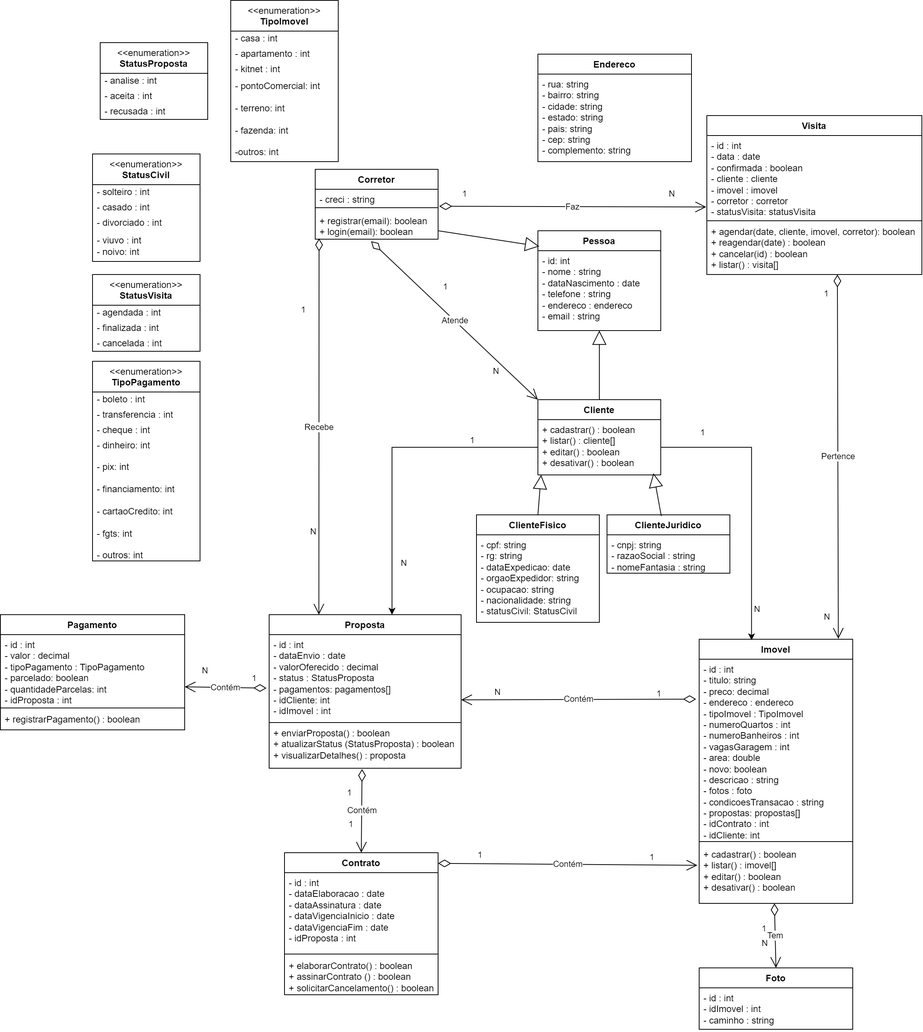
israel-bsi/realtyhub keeps this draw.io diagram as diagrams/classe/classe.drawio.png. Above is the earlier version. Source tidied: cells renumbered, new cells last; positions are measured from the earlier drawing's top-left corner, leaving out a move shared by most shapes.
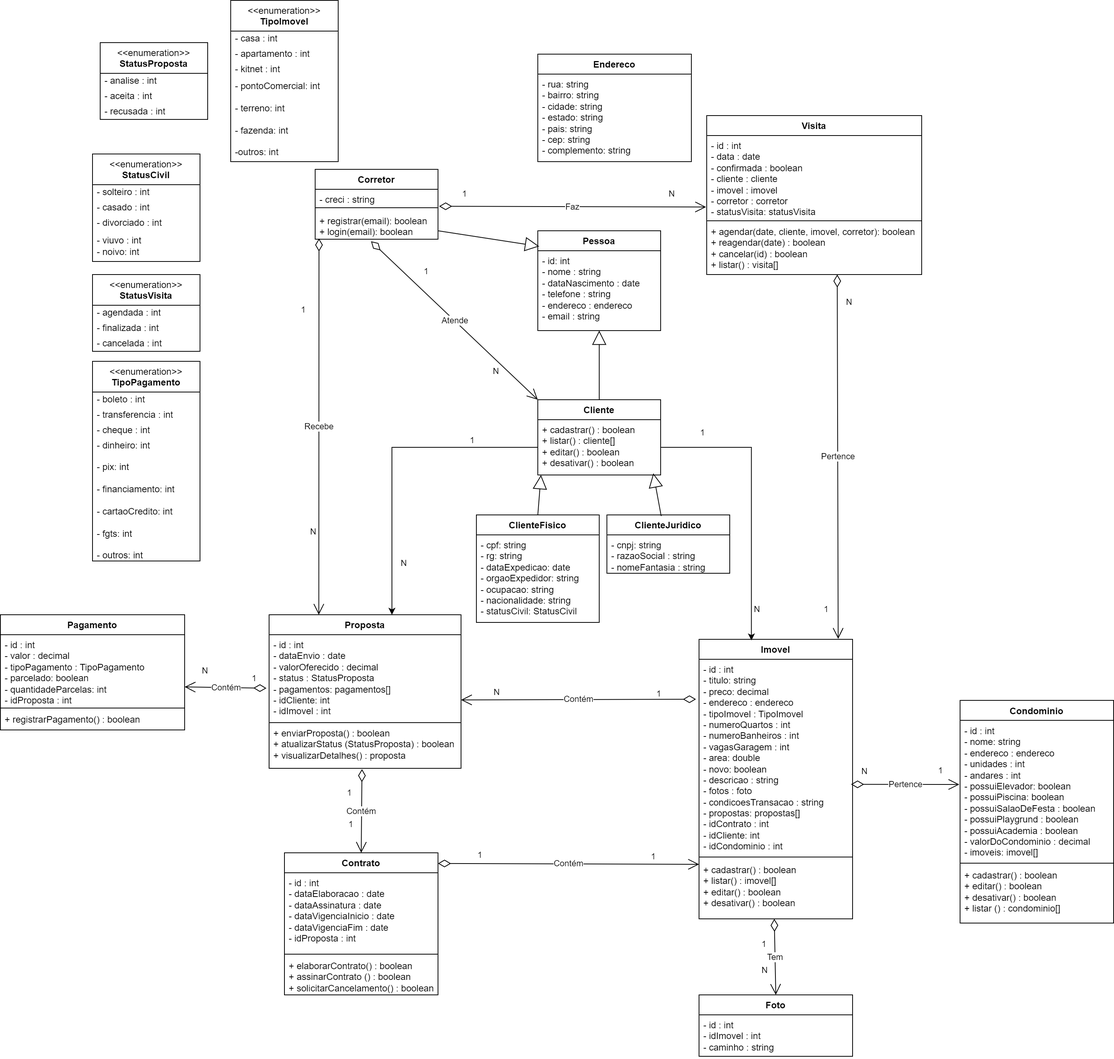
After the change.

Commit message:
Feat[Diagrams] - Adicionado classe de condominios no diagrama de classes

Diff of the diagram source:
```diff
@@ -17,12 +17,12 @@
     <mxCell id="6" value="Imovel" style="swimlane;fontStyle=1;align=center;verticalAlign=top;horizontal=1;startSize=26;whiteSpace=wrap;html=1;" parent="1" vertex="1">
-      <mxGeometry x="910" y="832" width="200" height="344" as="geometry" />
+      <mxGeometry x="910" y="832" width="200" height="364" as="geometry" />
     </mxCell>
-    <mxCell id="7" value="&lt;div&gt;- id : int&lt;/div&gt;&lt;div&gt;- titulo: string&lt;/div&gt;- preco: decimal&lt;div&gt;- endereco : endereco&lt;/div&gt;&lt;div&gt;- tipoImovel : TipoImovel&lt;/div&gt;&lt;div&gt;- numeroQuartos : int&lt;/div&gt;&lt;div&gt;- numeroBanheiros : int&lt;/div&gt;&lt;div&gt;- vagasGaragem : int&lt;/div&gt;&lt;div&gt;- area: double&lt;/div&gt;&lt;div&gt;- novo: boolean&lt;/div&gt;&lt;div&gt;- descricao : string&lt;/div&gt;&lt;div&gt;- fotos : foto&lt;/div&gt;&lt;div&gt;- condicoesTransacao : string&lt;/div&gt;&lt;div&gt;- propostas: propostas[]&lt;/div&gt;&lt;div&gt;- idContrato : int&lt;/div&gt;&lt;div&gt;- idCliente: int&lt;/div&gt;" style="text;strokeColor=none;fillColor=none;align=left;verticalAlign=top;spacingLeft=4;spacingRight=4;overflow=hidden;whiteSpace=wrap;html=1;" parent="6" vertex="1">
-      <mxGeometry y="26" width="200" height="234" as="geometry" />
-    </mxCell>
-    <mxCell id="8" style="line;strokeWidth=1;fillColor=none;align=left;verticalAlign=middle;spacingTop=-1;spacingLeft=3;spacingRight=3;labelPosition=right;strokeColor=inherit;" parent="6" vertex="1">
-      <mxGeometry y="260" width="200" height="7" as="geometry" />
-    </mxCell>
+    <mxCell id="98" value="&lt;div&gt;- id : int&lt;/div&gt;&lt;div&gt;- titulo: string&lt;/div&gt;- preco: decimal&lt;div&gt;- endereco : endereco&lt;/div&gt;&lt;div&gt;- tipoImovel : TipoImovel&lt;/div&gt;&lt;div&gt;- numeroQuartos : int&lt;/div&gt;&lt;div&gt;- numeroBanheiros : int&lt;/div&gt;&lt;div&gt;- vagasGaragem : int&lt;/div&gt;&lt;div&gt;- area: double&lt;/div&gt;&lt;div&gt;- novo: boolean&lt;/div&gt;&lt;div&gt;- descricao : string&lt;/div&gt;&lt;div&gt;- fotos : foto&lt;/div&gt;&lt;div&gt;- condicoesTransacao : string&lt;/div&gt;&lt;div&gt;- propostas: propostas[]&lt;/div&gt;&lt;div&gt;- idContrato : int&lt;/div&gt;&lt;div&gt;- idCliente: int&lt;/div&gt;&lt;div&gt;- idCondominio : int&lt;/div&gt;" style="text;strokeColor=none;fillColor=none;align=left;verticalAlign=top;spacingLeft=4;spacingRight=4;overflow=hidden;points=[[0,0.5],[1,0.5]];portConstraint=eastwest;whiteSpace=wrap;html=1;" parent="6" vertex="1">
+      <mxGeometry y="26" width="200" height="254" as="geometry" />
+    </mxCell>
+    <mxCell id="99" style="line;strokeWidth=1;fillColor=none;align=left;verticalAlign=middle;spacingTop=-1;spacingLeft=3;spacingRight=3;labelPosition=right;strokeColor=inherit;" parent="6" vertex="1">
+      <mxGeometry y="280" width="200" height="7" as="geometry" />
+    </mxCell>
     <mxCell id="9" value="+ cadastrar() : boolean&lt;div&gt;+ listar() : imovel[]&lt;/div&gt;&lt;div&gt;+ editar() : boolean&lt;/div&gt;&lt;div&gt;+ desativar() : boolean&lt;/div&gt;" style="text;strokeColor=none;fillColor=none;align=left;verticalAlign=top;spacingLeft=4;spacingRight=4;overflow=hidden;points=[[0,0.5],[1,0.5]];portConstraint=eastwest;whiteSpace=wrap;html=1;" parent="6" vertex="1">
-      <mxGeometry y="267" width="200" height="77" as="geometry" />
+      <mxGeometry y="287" width="200" height="77" as="geometry" />
     </mxCell>
@@ -88,7 +88,7 @@
     </mxCell>
-    <mxCell id="30" value="&lt;div&gt;&lt;br&gt;&lt;/div&gt;&lt;div&gt;&lt;br&gt;&lt;/div&gt;" style="endArrow=block;endSize=16;endFill=0;html=1;rounded=0;entryX=0.011;entryY=0.156;entryDx=0;entryDy=0;entryPerimeter=0;" parent="1" edge="1" target="27">
-      <mxGeometry relative="1" as="geometry">
-        <mxPoint x="570" y="300" as="sourcePoint" />
-      </mxGeometry>
-    </mxCell>
+    <mxCell id="100" value="&lt;div&gt;&lt;br&gt;&lt;/div&gt;&lt;div&gt;&lt;br&gt;&lt;/div&gt;" style="endArrow=block;endSize=16;endFill=0;html=1;rounded=0;entryX=0.011;entryY=0.156;entryDx=0;entryDy=0;entryPerimeter=0;" parent="1" edge="1" target="27">
+      <mxGeometry relative="1" as="geometry">
+        <mxPoint x="570" y="300" as="sourcePoint" />
+      </mxGeometry>
+    </mxCell>
     <mxCell id="31" value="Faz" style="endArrow=open;html=1;endSize=12;startArrow=diamondThin;startSize=14;startFill=0;rounded=0;exitX=1.009;exitY=1.104;exitDx=0;exitDy=0;exitPerimeter=0;entryX=-0.003;entryY=0.846;entryDx=0;entryDy=0;entryPerimeter=0;" parent="1" edge="1" source="3" target="16">
@@ -96,12 +96,12 @@
     </mxCell>
-    <mxCell id="32" value="1" style="edgeLabel;html=1;align=left;verticalAlign=top;" parent="31" vertex="1">
-      <mxGeometry x="-1" relative="1" as="geometry">
-        <mxPoint x="29" y="-29" as="offset" />
-      </mxGeometry>
-    </mxCell>
-    <mxCell id="33" value="N" style="edgeLabel;html=1;align=right;verticalAlign=top;" parent="31" vertex="1">
-      <mxGeometry x="1" relative="1" as="geometry">
-        <mxPoint x="-40" y="-30" as="offset" />
-      </mxGeometry>
-    </mxCell>
+    <mxCell id="101" value="1" style="edgeLabel;html=1;align=left;verticalAlign=top;" parent="31" vertex="1">
+      <mxGeometry x="-1" relative="1" as="geometry">
+        <mxPoint x="29" y="-29" as="offset" />
+      </mxGeometry>
+    </mxCell>
+    <mxCell id="102" value="N" style="edgeLabel;html=1;align=right;verticalAlign=top;" parent="31" vertex="1">
+      <mxGeometry x="1" relative="1" as="geometry">
+        <mxPoint x="-40" y="-30" as="offset" />
+      </mxGeometry>
+    </mxCell>
     <mxCell id="34" value="Pertence" style="endArrow=open;html=1;endSize=12;startArrow=diamondThin;startSize=14;startFill=0;rounded=0;exitX=0.317;exitY=1.009;exitDx=0;exitDy=0;exitPerimeter=0;entryX=0.5;entryY=0;entryDx=0;entryDy=0;" parent="1" edge="1">
@@ -112,12 +112,12 @@
     </mxCell>
-    <mxCell id="35" value="1" style="edgeLabel;html=1;align=left;verticalAlign=top;" parent="34" vertex="1">
-      <mxGeometry x="-1" relative="1" as="geometry">
-        <mxPoint x="-19" y="12" as="offset" />
-      </mxGeometry>
-    </mxCell>
-    <mxCell id="36" value="N" style="edgeLabel;html=1;align=right;verticalAlign=top;" parent="34" vertex="1">
-      <mxGeometry x="1" relative="1" as="geometry">
-        <mxPoint x="-10" y="-41" as="offset" />
-      </mxGeometry>
-    </mxCell>
+    <mxCell id="103" value="1" style="edgeLabel;html=1;align=left;verticalAlign=top;" parent="34" vertex="1">
+      <mxGeometry x="-1" relative="1" as="geometry">
+        <mxPoint x="-19" y="423" as="offset" />
+      </mxGeometry>
+    </mxCell>
+    <mxCell id="104" value="N" style="edgeLabel;html=1;align=right;verticalAlign=top;" parent="34" vertex="1">
+      <mxGeometry x="1" relative="1" as="geometry">
+        <mxPoint x="19" y="-451" as="offset" />
+      </mxGeometry>
+    </mxCell>
     <mxCell id="37" value="Atende" style="endArrow=open;html=1;endSize=12;startArrow=diamondThin;startSize=14;startFill=0;rounded=0;exitX=0.455;exitY=1.074;exitDx=0;exitDy=0;exitPerimeter=0;entryX=0;entryY=0;entryDx=0;entryDy=0;" parent="1" edge="1" source="5" target="23">
@@ -125,12 +125,12 @@
     </mxCell>
-    <mxCell id="38" value="1" style="edgeLabel;html=1;align=left;verticalAlign=top;" parent="37" vertex="1">
-      <mxGeometry x="-1" relative="1" as="geometry">
-        <mxPoint x="-93" y="76" as="offset" />
-      </mxGeometry>
-    </mxCell>
-    <mxCell id="39" value="N" style="edgeLabel;html=1;align=right;verticalAlign=top;" parent="37" vertex="1">
-      <mxGeometry x="1" relative="1" as="geometry">
-        <mxPoint x="-50" y="-50" as="offset" />
-      </mxGeometry>
-    </mxCell>
+    <mxCell id="105" value="1" style="edgeLabel;html=1;align=left;verticalAlign=top;" parent="37" vertex="1">
+      <mxGeometry x="-1" relative="1" as="geometry">
+        <mxPoint x="-93" y="76" as="offset" />
+      </mxGeometry>
+    </mxCell>
+    <mxCell id="106" value="N" style="edgeLabel;html=1;align=right;verticalAlign=top;" parent="37" vertex="1">
+      <mxGeometry x="1" relative="1" as="geometry">
+        <mxPoint x="-50" y="-50" as="offset" />
+      </mxGeometry>
+    </mxCell>
     <mxCell id="40" value="Proposta" style="swimlane;fontStyle=1;align=center;verticalAlign=top;horizontal=1;startSize=26;whiteSpace=wrap;html=1;" parent="1" vertex="1">
@@ -203,12 +203,12 @@
     </mxCell>
-    <mxCell id="62" value="1" style="edgeLabel;html=1;align=left;verticalAlign=top;" parent="61" vertex="1">
-      <mxGeometry x="-1" relative="1" as="geometry">
-        <mxPoint x="-53" y="-20" as="offset" />
-      </mxGeometry>
-    </mxCell>
-    <mxCell id="63" value="N" style="edgeLabel;html=1;align=right;verticalAlign=top;" parent="61" vertex="1">
-      <mxGeometry x="1" relative="1" as="geometry">
-        <mxPoint x="51" y="-23" as="offset" />
-      </mxGeometry>
-    </mxCell>
+    <mxCell id="107" value="1" style="edgeLabel;html=1;align=left;verticalAlign=top;" parent="61" vertex="1">
+      <mxGeometry x="-1" relative="1" as="geometry">
+        <mxPoint x="-53" y="-20" as="offset" />
+      </mxGeometry>
+    </mxCell>
+    <mxCell id="108" value="N" style="edgeLabel;html=1;align=right;verticalAlign=top;" parent="61" vertex="1">
+      <mxGeometry x="1" relative="1" as="geometry">
+        <mxPoint x="51" y="-23" as="offset" />
+      </mxGeometry>
+    </mxCell>
     <mxCell id="64" value="Recebe" style="endArrow=open;html=1;endSize=12;startArrow=diamondThin;startSize=14;startFill=0;rounded=0;entryX=0.259;entryY=0;entryDx=0;entryDy=0;entryPerimeter=0;" parent="1" edge="1" target="40">
@@ -218,12 +218,12 @@
     </mxCell>
-    <mxCell id="65" value="1" style="edgeLabel;html=1;align=left;verticalAlign=top;" parent="64" vertex="1">
-      <mxGeometry x="-1" relative="1" as="geometry">
-        <mxPoint x="160" y="50" as="offset" />
-      </mxGeometry>
-    </mxCell>
-    <mxCell id="66" value="N" style="edgeLabel;html=1;align=right;verticalAlign=top;" parent="64" vertex="1">
-      <mxGeometry x="1" relative="1" as="geometry">
-        <mxPoint x="-3" y="-121" as="offset" />
-      </mxGeometry>
-    </mxCell>
+    <mxCell id="109" value="1" style="edgeLabel;html=1;align=left;verticalAlign=top;" parent="64" vertex="1">
+      <mxGeometry x="-1" relative="1" as="geometry">
+        <mxPoint x="135" y="30" as="offset" />
+      </mxGeometry>
+    </mxCell>
+    <mxCell id="110" value="N" style="edgeLabel;html=1;align=right;verticalAlign=top;" parent="64" vertex="1">
+      <mxGeometry x="1" relative="1" as="geometry">
+        <mxPoint x="-3" y="-121" as="offset" />
+      </mxGeometry>
+    </mxCell>
     <mxCell id="67" value="Tem" style="endArrow=open;html=1;endSize=12;startArrow=diamondThin;startSize=14;startFill=0;rounded=0;exitX=0.49;exitY=1;exitDx=0;exitDy=0;exitPerimeter=0;entryX=0.5;entryY=0;entryDx=0;entryDy=0;" parent="1" edge="1" source="9" target="70">
@@ -231,14 +231,14 @@
     </mxCell>
-    <mxCell id="68" value="1" style="edgeLabel;html=1;align=left;verticalAlign=top;" parent="67" vertex="1">
-      <mxGeometry x="-1" relative="1" as="geometry">
-        <mxPoint x="-18" y="20" as="offset" />
-      </mxGeometry>
-    </mxCell>
-    <mxCell id="69" value="N" style="edgeLabel;html=1;align=right;verticalAlign=top;" parent="67" vertex="1">
-      <mxGeometry x="1" relative="1" as="geometry">
-        <mxPoint x="-10" y="-45" as="offset" />
-      </mxGeometry>
-    </mxCell>
+    <mxCell id="111" value="1" style="edgeLabel;html=1;align=left;verticalAlign=top;" parent="67" vertex="1">
+      <mxGeometry x="-1" relative="1" as="geometry">
+        <mxPoint x="-18" y="20" as="offset" />
+      </mxGeometry>
+    </mxCell>
+    <mxCell id="112" value="N" style="edgeLabel;html=1;align=right;verticalAlign=top;" parent="67" vertex="1">
+      <mxGeometry x="1" relative="1" as="geometry">
+        <mxPoint x="-10" y="-45" as="offset" />
+      </mxGeometry>
+    </mxCell>
     <mxCell id="70" value="Foto" style="swimlane;fontStyle=1;align=center;verticalAlign=top;horizontal=1;startSize=26;whiteSpace=wrap;html=1;" parent="1" vertex="1">
-      <mxGeometry x="910" y="1260" width="200" height="80" as="geometry" />
+      <mxGeometry x="910" y="1295" width="200" height="80" as="geometry" />
     </mxCell>
@@ -256,25 +256,25 @@
     </mxCell>
-    <mxCell id="75" value="1" style="edgeLabel;html=1;align=left;verticalAlign=top;" parent="74" vertex="1">
-      <mxGeometry x="-1" relative="1" as="geometry">
-        <mxPoint x="-21" y="18" as="offset" />
-      </mxGeometry>
-    </mxCell>
-    <mxCell id="76" value="1" style="edgeLabel;html=1;align=right;verticalAlign=top;" parent="74" vertex="1">
-      <mxGeometry x="1" relative="1" as="geometry">
-        <mxPoint x="-10" y="-50" as="offset" />
-      </mxGeometry>
-    </mxCell>
+    <mxCell id="113" value="1" style="edgeLabel;html=1;align=left;verticalAlign=top;" parent="74" vertex="1">
+      <mxGeometry x="-1" relative="1" as="geometry">
+        <mxPoint x="-21" y="18" as="offset" />
+      </mxGeometry>
+    </mxCell>
+    <mxCell id="114" value="1" style="edgeLabel;html=1;align=right;verticalAlign=top;" parent="74" vertex="1">
+      <mxGeometry x="1" relative="1" as="geometry">
+        <mxPoint x="-10" y="-50" as="offset" />
+      </mxGeometry>
+    </mxCell>
-    <mxCell id="77" value="Contém" style="endArrow=open;html=1;endSize=12;startArrow=diamondThin;startSize=14;startFill=0;rounded=0;exitX=1;exitY=0.075;exitDx=0;exitDy=0;exitPerimeter=0;entryX=-0.012;entryY=0.356;entryDx=0;entryDy=0;entryPerimeter=0;" parent="1" edge="1" source="48" target="9">
+    <mxCell id="77" value="Contém" style="endArrow=open;html=1;endSize=12;startArrow=diamondThin;startSize=14;startFill=0;rounded=0;exitX=1;exitY=0.075;exitDx=0;exitDy=0;exitPerimeter=0;entryX=0;entryY=0.078;entryDx=0;entryDy=0;entryPerimeter=0;" parent="1" edge="1" source="48" target="9">
       <mxGeometry relative="1" as="geometry" />
     </mxCell>
-    <mxCell id="78" value="1" style="edgeLabel;html=1;align=left;verticalAlign=top;" parent="77" vertex="1">
-      <mxGeometry x="-1" relative="1" as="geometry">
-        <mxPoint x="50" y="-24" as="offset" />
-      </mxGeometry>
-    </mxCell>
-    <mxCell id="79" value="1" style="edgeLabel;html=1;align=right;verticalAlign=top;" parent="77" vertex="1">
-      <mxGeometry x="1" relative="1" as="geometry">
-        <mxPoint x="-56" y="-23" as="offset" />
-      </mxGeometry>
-    </mxCell>
+    <mxCell id="115" value="1" style="edgeLabel;html=1;align=left;verticalAlign=top;" parent="77" vertex="1">
+      <mxGeometry x="-1" relative="1" as="geometry">
+        <mxPoint x="50" y="-24" as="offset" />
+      </mxGeometry>
+    </mxCell>
+    <mxCell id="116" value="1" style="edgeLabel;html=1;align=right;verticalAlign=top;" parent="77" vertex="1">
+      <mxGeometry x="1" relative="1" as="geometry">
+        <mxPoint x="-56" y="-23" as="offset" />
+      </mxGeometry>
+    </mxCell>
     <mxCell id="80" value="Contém" style="endArrow=open;html=1;endSize=12;startArrow=diamondThin;startSize=14;startFill=0;rounded=0;exitX=-0.014;exitY=0.611;exitDx=0;exitDy=0;entryX=1;entryY=0.723;entryDx=0;entryDy=0;entryPerimeter=0;exitPerimeter=0;" parent="1" edge="1" source="41" target="53">
@@ -282,12 +282,12 @@
     </mxCell>
-    <mxCell id="81" value="1" style="edgeLabel;html=1;align=left;verticalAlign=top;" parent="80" vertex="1">
-      <mxGeometry x="-1" relative="1" as="geometry">
-        <mxPoint x="-21" y="-26" as="offset" />
-      </mxGeometry>
-    </mxCell>
-    <mxCell id="82" value="N" style="edgeLabel;html=1;align=right;verticalAlign=top;" parent="80" vertex="1">
-      <mxGeometry x="1" relative="1" as="geometry">
-        <mxPoint x="31" y="-34" as="offset" />
-      </mxGeometry>
-    </mxCell>
+    <mxCell id="117" value="1" style="edgeLabel;html=1;align=left;verticalAlign=top;" parent="80" vertex="1">
+      <mxGeometry x="-1" relative="1" as="geometry">
+        <mxPoint x="-21" y="-26" as="offset" />
+      </mxGeometry>
+    </mxCell>
+    <mxCell id="118" value="N" style="edgeLabel;html=1;align=right;verticalAlign=top;" parent="80" vertex="1">
+      <mxGeometry x="1" relative="1" as="geometry">
+        <mxPoint x="31" y="-34" as="offset" />
+      </mxGeometry>
+    </mxCell>
     <mxCell id="83" value="&amp;lt;&amp;lt;enumeration&amp;gt;&amp;gt;&lt;br&gt;&lt;b&gt;StatusCivil&lt;/b&gt;" style="swimlane;fontStyle=0;align=center;verticalAlign=top;horizontal=1;startSize=40;html=1;whiteSpace=wrap;" parent="1" vertex="1">
@@ -337,2 +337,27 @@
     </mxCell>
+    <mxCell id="119" value="Pertence" style="endArrow=open;html=1;endSize=12;startArrow=diamondThin;startSize=14;startFill=0;rounded=0;exitX=0.99;exitY=0.641;exitDx=0;exitDy=0;exitPerimeter=0;entryX=-0.005;entryY=0.454;entryDx=0;entryDy=0;entryPerimeter=0;" parent="1" edge="1" source="98" target="123">
+      <mxGeometry relative="1" as="geometry" />
+    </mxCell>
+    <mxCell id="120" value="1" style="edgeLabel;html=1;align=left;verticalAlign=top;" parent="119" vertex="1">
+      <mxGeometry x="-1" relative="1" as="geometry">
+        <mxPoint x="112" y="-31" as="offset" />
+      </mxGeometry>
+    </mxCell>
+    <mxCell id="121" value="N" style="edgeLabel;html=1;align=right;verticalAlign=top;" parent="119" vertex="1">
+      <mxGeometry x="1" relative="1" as="geometry">
+        <mxPoint x="-119" y="-30" as="offset" />
+      </mxGeometry>
+    </mxCell>
+    <mxCell id="122" value="Condominio" style="swimlane;fontStyle=1;align=center;verticalAlign=top;horizontal=1;startSize=26;whiteSpace=wrap;html=1;" parent="1" vertex="1">
+      <mxGeometry x="1250" y="911.5" width="200" height="290" as="geometry" />
+    </mxCell>
+    <mxCell id="123" value="- id : int&lt;div&gt;- nome: string&lt;/div&gt;&lt;div&gt;- endereco : endereco&lt;br&gt;&lt;/div&gt;&lt;div&gt;- unidades : int&lt;br&gt;&lt;/div&gt;&lt;div&gt;- andares : int&lt;/div&gt;&lt;div&gt;- possuiElevador: boolean&lt;/div&gt;&lt;div&gt;- possuiPiscina: boolean&lt;/div&gt;&lt;div&gt;- possuiSalaoDeFesta : boolean&lt;/div&gt;&lt;div&gt;- possuiPlaygrund : boolean&lt;/div&gt;&lt;div&gt;- possuiAcademia : boolean&lt;/div&gt;&lt;div&gt;- valorDoCondominio : decimal&lt;/div&gt;&lt;div&gt;- imoveis: imovel&lt;span style=&quot;background-color: transparent; color: light-dark(rgb(0, 0, 0), rgb(255, 255, 255));&quot;&gt;[]&lt;/span&gt;&lt;/div&gt;" style="text;strokeColor=none;fillColor=none;align=left;verticalAlign=top;spacingLeft=4;spacingRight=4;overflow=hidden;points=[[0,0.5],[1,0.5]];portConstraint=eastwest;whiteSpace=wrap;html=1;" parent="122" vertex="1">
+      <mxGeometry y="26" width="200" height="184" as="geometry" />
+    </mxCell>
+    <mxCell id="124" style="line;strokeWidth=1;fillColor=none;align=left;verticalAlign=middle;spacingTop=-1;spacingLeft=3;spacingRight=3;labelPosition=right;strokeColor=inherit;" parent="122" vertex="1">
+      <mxGeometry y="210" width="200" height="4" as="geometry" />
+    </mxCell>
+    <mxCell id="125" value="+ cadastrar() : boolean&lt;div&gt;+ editar() : boolean&lt;/div&gt;&lt;div&gt;+ desativar() : boolean&lt;br&gt;&lt;div&gt;+ listar () : condominio[]&lt;/div&gt;&lt;/div&gt;" style="text;strokeColor=none;fillColor=none;align=left;verticalAlign=top;spacingLeft=4;spacingRight=4;overflow=hidden;whiteSpace=wrap;html=1;" parent="122" vertex="1">
+      <mxGeometry y="214" width="200" height="76" as="geometry" />
+    </mxCell>
   </root>
```
